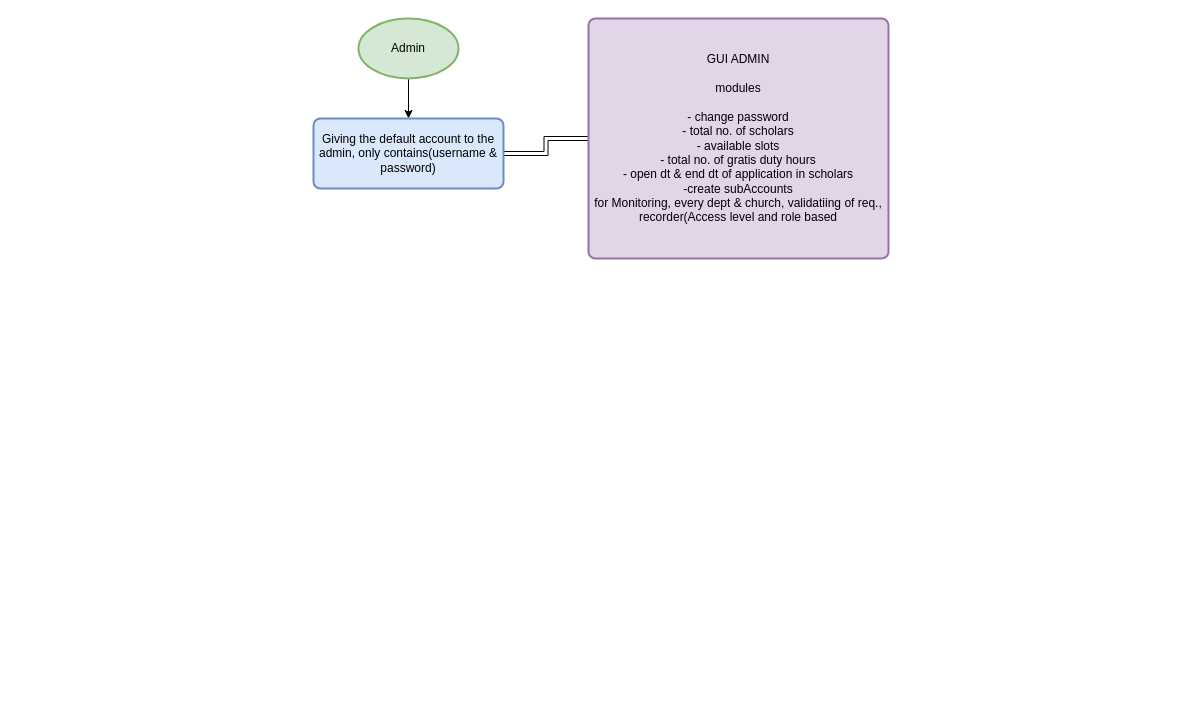
Above: Untitled Diagram.drawio in Bagay-0037/visuals (draw.io), before the change. Source tidied: cells renumbered, new cells numbered last; positions are measured from the earlier drawing's top-left corner, leaving out a move shared by most shapes. Both pictures are drawn from the tidied source at 100%, with x=0, y=0 at pixel (313, 18).
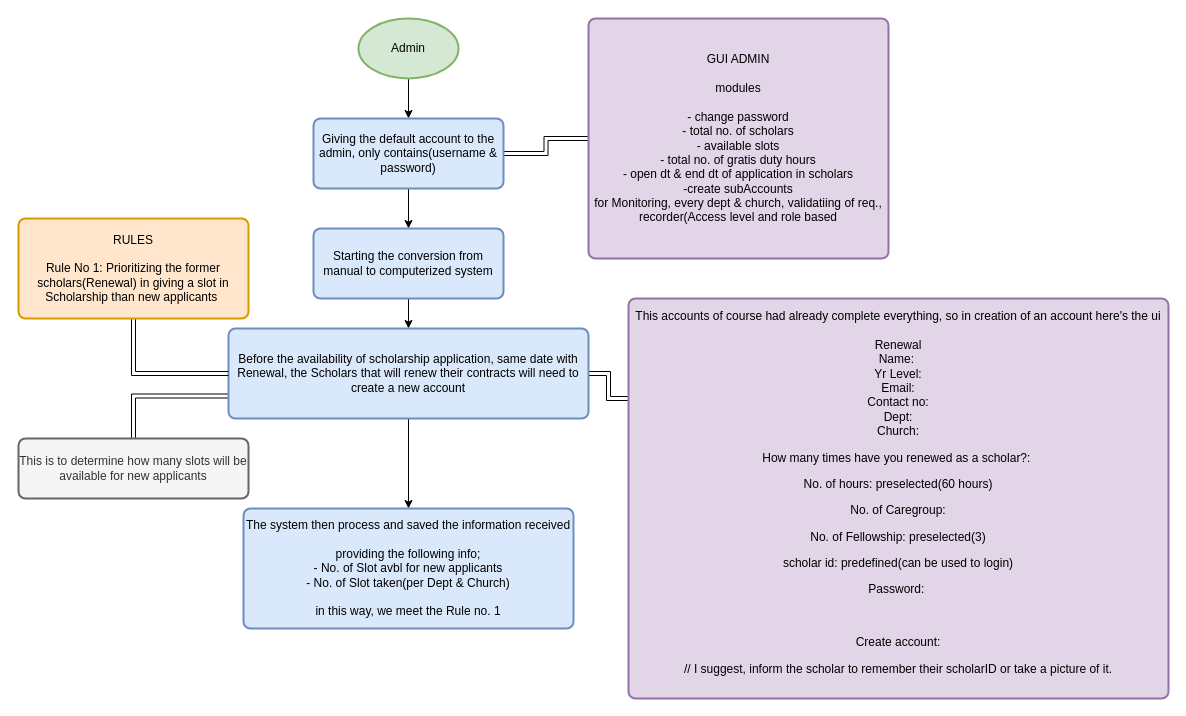
After the change.

What changed in the source:
```diff
@@
 <mxGraphModel>
   <root>
     <mxCell id="0" />
     <mxCell id="1" parent="0" />
     <mxCell id="2" style="edgeStyle=orthogonalEdgeStyle;rounded=0;jettySize=auto;html=1;exitX=0.5;exitY=1;exitDx=0;exitDy=0;exitPerimeter=0;entryX=0.5;entryY=0;entryDx=0;entryDy=0;" parent="1" edge="1" source="3" target="5">
       <mxGeometry relative="1" as="geometry" />
     </mxCell>
     <mxCell id="3" value="Admin" style="strokeWidth=2;html=1;shape=mxgraph.flowchart.start_1;whiteSpace=wrap;fillColor=#d5e8d4;strokeColor=#82b366;" parent="1" vertex="1">
       <mxGeometry x="45" width="100" height="60" as="geometry" />
     </mxCell>
     <mxCell id="4" style="edgeStyle=orthogonalEdgeStyle;rounded=0;jettySize=auto;html=1;exitX=1;exitY=0.5;exitDx=0;exitDy=0;shape=link;" parent="1" edge="1" source="5" target="6">
       <mxGeometry relative="1" as="geometry" />
     </mxCell>
+    <mxCell id="7" style="edgeStyle=orthogonalEdgeStyle;rounded=0;jettySize=auto;html=1;exitX=0.5;exitY=1;exitDx=0;exitDy=0;" parent="1" edge="1" source="5" target="9">
+      <mxGeometry relative="1" as="geometry" />
+    </mxCell>
     <mxCell id="5" value="Giving the default account to the admin, only contains(username &amp;amp; password)" style="rounded=1;whiteSpace=wrap;html=1;absoluteArcSize=1;arcSize=14;strokeWidth=2;fillColor=#dae8fc;strokeColor=#6c8ebf;" parent="1" vertex="1">
       <mxGeometry y="100" width="190" height="70" as="geometry" />
     </mxCell>
     <mxCell id="6" value="GUI ADMIN&lt;br&gt;&lt;div&gt;&lt;br&gt;&lt;/div&gt;&lt;div&gt;modules&lt;/div&gt;&lt;div&gt;&lt;br&gt;&lt;/div&gt;&lt;div&gt;- change password&lt;/div&gt;&lt;div&gt;- total no. of scholars&lt;/div&gt;&lt;div&gt;- available slots&lt;/div&gt;&lt;div&gt;- total no. of gratis duty hours&lt;/div&gt;&lt;div&gt;- open dt &amp;amp; end dt of application in scholars&lt;/div&gt;&lt;div&gt;-create subAccounts&lt;/div&gt;&lt;div&gt;for Monitoring, every dept &amp;amp; church, validatiing of req., recorder(Access level and role based&lt;/div&gt;" style="rounded=1;whiteSpace=wrap;html=1;absoluteArcSize=1;arcSize=14;strokeWidth=2;fillColor=#e1d5e7;strokeColor=#9673a6;" parent="1" vertex="1">
       <mxGeometry x="275" width="300" height="240" as="geometry" />
     </mxCell>
+    <mxCell id="8" style="edgeStyle=orthogonalEdgeStyle;rounded=0;jettySize=auto;html=1;exitX=0.5;exitY=1;exitDx=0;exitDy=0;entryX=0.5;entryY=0;entryDx=0;entryDy=0;" parent="1" edge="1" source="9" target="13">
+      <mxGeometry relative="1" as="geometry" />
+    </mxCell>
+    <mxCell id="9" value="Starting the conversion from manual to computerized system" style="rounded=1;whiteSpace=wrap;html=1;absoluteArcSize=1;arcSize=14;strokeWidth=2;fillColor=#dae8fc;strokeColor=#6c8ebf;" parent="1" vertex="1">
+      <mxGeometry y="210" width="190" height="70" as="geometry" />
+    </mxCell>
+    <mxCell id="10" style="edgeStyle=orthogonalEdgeStyle;rounded=0;jettySize=auto;html=1;exitX=0;exitY=0.75;exitDx=0;exitDy=0;entryX=0.5;entryY=0;entryDx=0;entryDy=0;shape=link;" parent="1" edge="1" source="13" target="16">
+      <mxGeometry relative="1" as="geometry" />
+    </mxCell>
+    <mxCell id="11" style="edgeStyle=orthogonalEdgeStyle;rounded=0;jettySize=auto;html=1;exitX=1;exitY=0.5;exitDx=0;exitDy=0;entryX=0;entryY=0.25;entryDx=0;entryDy=0;shape=link;" parent="1" edge="1" source="13" target="17">
+      <mxGeometry relative="1" as="geometry" />
+    </mxCell>
+    <mxCell id="12" style="edgeStyle=orthogonalEdgeStyle;rounded=0;jettySize=auto;html=1;exitX=0.5;exitY=1;exitDx=0;exitDy=0;entryX=0.5;entryY=0;entryDx=0;entryDy=0;" parent="1" edge="1" source="13" target="18">
+      <mxGeometry relative="1" as="geometry" />
+    </mxCell>
+    <mxCell id="13" value="Before the availability of scholarship application, same date with Renewal, the Scholars that will renew their contracts will need to create a new account" style="rounded=1;whiteSpace=wrap;html=1;absoluteArcSize=1;arcSize=14;strokeWidth=2;fillColor=#dae8fc;strokeColor=#6c8ebf;" parent="1" vertex="1">
+      <mxGeometry x="-85" y="310" width="360" height="90" as="geometry" />
+    </mxCell>
+    <mxCell id="14" style="edgeStyle=orthogonalEdgeStyle;rounded=0;jettySize=auto;html=1;exitX=0.5;exitY=1;exitDx=0;exitDy=0;entryX=0;entryY=0.5;entryDx=0;entryDy=0;shape=link;" parent="1" edge="1" source="15" target="13">
+      <mxGeometry relative="1" as="geometry" />
+    </mxCell>
+    <mxCell id="15" value="RULES&lt;br&gt;&lt;br&gt;&lt;div&gt;Rule No 1: Prioritizing the former scholars(Renewal) in giving a slot in Scholarship than new applicants&amp;nbsp;&lt;/div&gt;" style="rounded=1;whiteSpace=wrap;html=1;absoluteArcSize=1;arcSize=14;strokeWidth=2;fillColor=#ffe6cc;strokeColor=#d79b00;" parent="1" vertex="1">
+      <mxGeometry x="-295" y="200" width="230" height="100" as="geometry" />
+    </mxCell>
+    <mxCell id="16" value="This is to determine how many slots will be available for new applicants" style="rounded=1;whiteSpace=wrap;html=1;absoluteArcSize=1;arcSize=14;strokeWidth=2;fillColor=#f5f5f5;strokeColor=#666666;fontColor=#333333;" parent="1" vertex="1">
+      <mxGeometry x="-295" y="420" width="230" height="60" as="geometry" />
+    </mxCell>
+    <mxCell id="17" value="This accounts of course had already complete everything, so in creation of an account here's the ui&lt;div&gt;&lt;br&gt;&lt;/div&gt;&lt;div&gt;Renewal&lt;br&gt;Name:&amp;nbsp;&lt;/div&gt;&lt;div&gt;Yr Level:&lt;/div&gt;&lt;div&gt;Email:&lt;/div&gt;&lt;div&gt;Contact no:&lt;/div&gt;&lt;div&gt;Dept:&lt;/div&gt;&lt;div&gt;Church:&lt;/div&gt;&lt;div&gt;&lt;p&gt;How many times have you renewed as a scholar?:&amp;nbsp;&lt;/p&gt;&lt;p&gt;No. of hours: preselected(60 hours)&lt;/p&gt;&lt;p&gt;No. of Caregroup:&lt;/p&gt;&lt;p&gt;No. of Fellowship: preselected(3)&lt;/p&gt;&lt;p&gt;scholar id: predefined(can be used to login)&lt;/p&gt;&lt;p&gt;Password:&amp;nbsp;&lt;/p&gt;&lt;p&gt;&lt;br&gt;&lt;/p&gt;&lt;p&gt;Create account:&lt;/p&gt;&lt;p&gt;// I suggest, inform the scholar to remember their scholarID or take a picture of it.&lt;/p&gt;&lt;/div&gt;" style="rounded=1;whiteSpace=wrap;html=1;absoluteArcSize=1;arcSize=14;strokeWidth=2;fillColor=#e1d5e7;strokeColor=#9673a6;" parent="1" vertex="1">
+      <mxGeometry x="315" y="280" width="540" height="400" as="geometry" />
+    </mxCell>
+    <mxCell id="18" value="The system then process and saved the information received&lt;br&gt;&lt;br&gt;providing the following info;&lt;div&gt;&lt;span style=&quot;text-align: start; background-color: transparent; color: light-dark(rgb(0, 0, 0), rgb(255, 255, 255));&quot;&gt;- No. of Slot avbl for new applicants&lt;/span&gt;&lt;/div&gt;&lt;div&gt;&lt;span style=&quot;text-align: start; background-color: transparent; color: light-dark(rgb(0, 0, 0), rgb(255, 255, 255));&quot;&gt;- No. of Slot taken(per Dept &amp;amp; Church)&lt;/span&gt;&lt;/div&gt;&lt;div&gt;&lt;span style=&quot;text-align: start; background-color: transparent; color: light-dark(rgb(0, 0, 0), rgb(255, 255, 255));&quot;&gt;&lt;br&gt;&lt;/span&gt;&lt;/div&gt;&lt;div&gt;&lt;span style=&quot;text-align: start; background-color: transparent; color: light-dark(rgb(0, 0, 0), rgb(255, 255, 255));&quot;&gt;in this way, we meet the Rule no. 1&lt;/span&gt;&lt;/div&gt;" style="rounded=1;whiteSpace=wrap;html=1;absoluteArcSize=1;arcSize=14;strokeWidth=2;fillColor=#dae8fc;strokeColor=#6c8ebf;" parent="1" vertex="1">
+      <mxGeometry x="-70" y="490" width="330" height="120" as="geometry" />
+    </mxCell>
   </root>
 </mxGraphModel>
```
